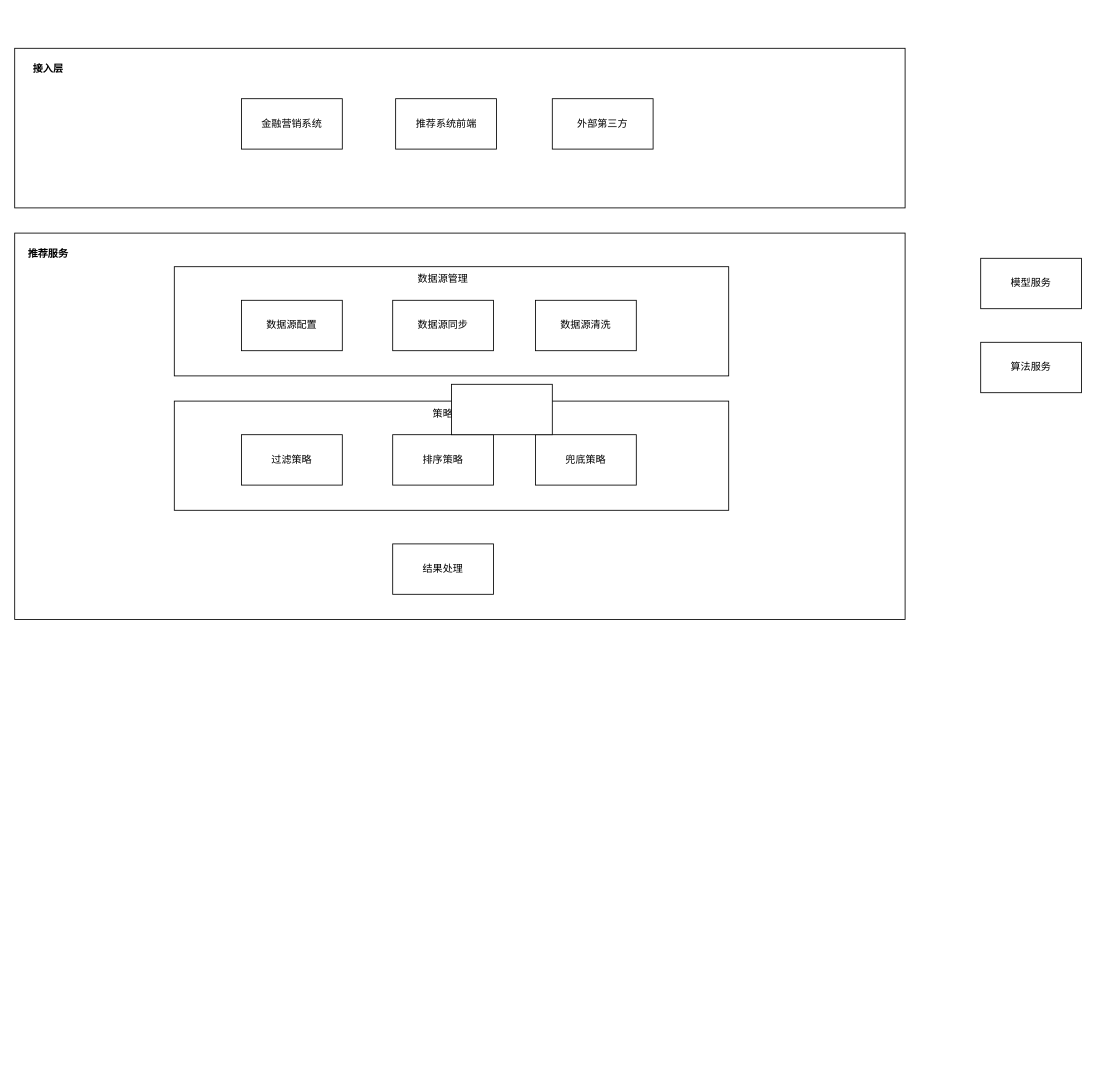
The draw.io diagram page "云部署系统架构" (1 of 8) of data_manager/data_manage.drawio in caijiatao/go-lib, before the edit. Source tidied: cells renumbered, new cells numbered last; positions are measured from the earlier drawing's top-left corner, leaving out a move shared by most shapes. Both pictures are drawn from the tidied source at 84%, with x=0, y=0 at pixel (14, 48).
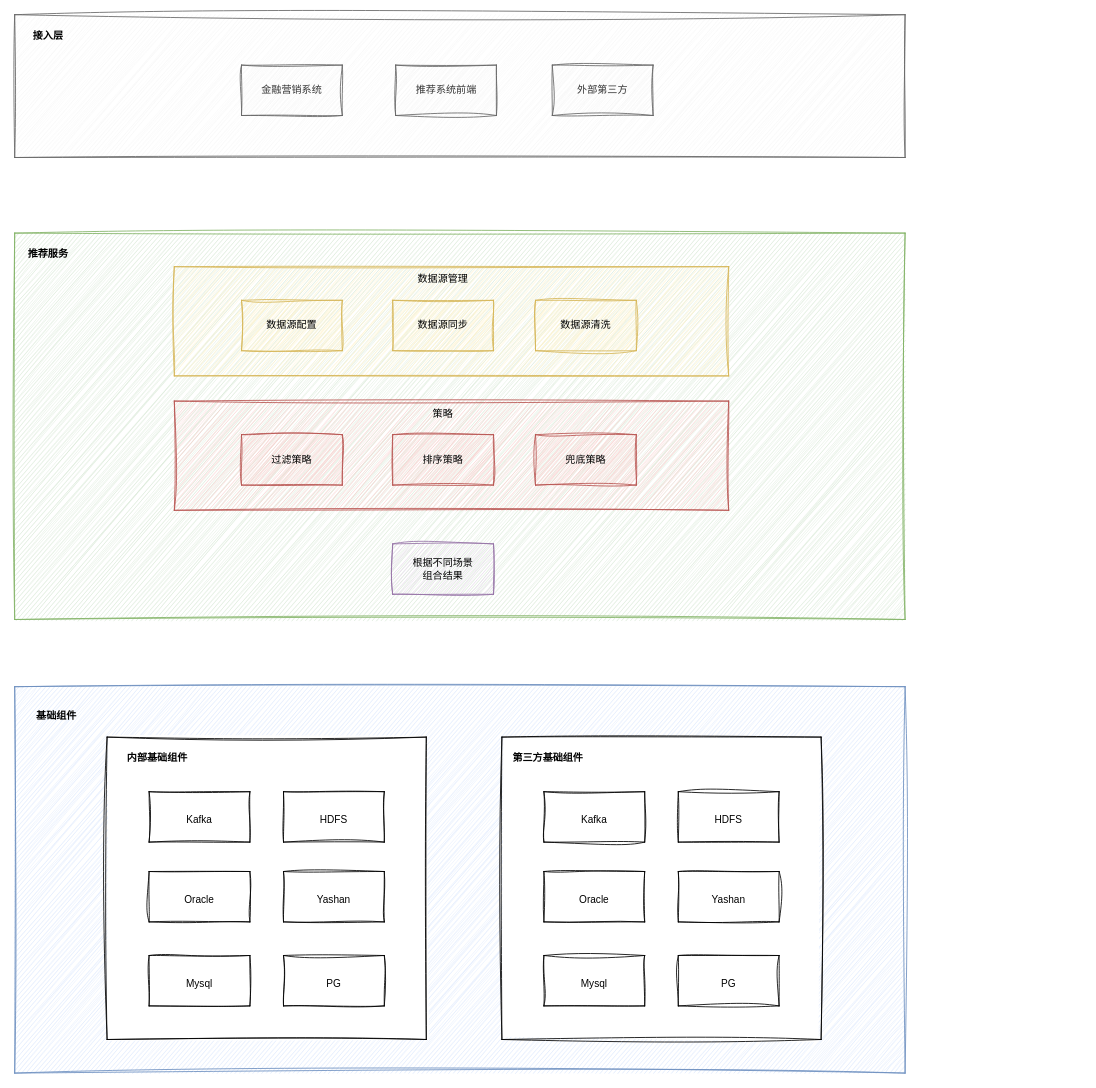
Above is the later version.

The edit, as a diff of the source:
```diff
@@
+    <mxCell id="23" style="rounded=0;whiteSpace=wrap;html=1;sketch=1;curveFitting=1;jiggle=2;fillColor=#dae8fc;strokeColor=#6c8ebf;" parent="1" vertex="1">
+      <mxGeometry y="760" width="1060" height="460" as="geometry" />
+    </mxCell>
-    <mxCell id="2" style="rounded=0;whiteSpace=wrap;html=1;" parent="1" vertex="1">
+    <mxCell id="2" style="rounded=0;whiteSpace=wrap;html=1;sketch=1;curveFitting=1;jiggle=2;fillColor=#d5e8d4;strokeColor=#82b366;" parent="1" vertex="1">
       <mxGeometry y="220" width="1060" height="460" as="geometry" />
     </mxCell>
-    <mxCell id="3" style="rounded=0;whiteSpace=wrap;html=1;" parent="1" vertex="1">
+    <mxCell id="3" style="rounded=0;whiteSpace=wrap;html=1;sketch=1;curveFitting=1;jiggle=2;fillColor=#f8cecc;strokeColor=#b85450;" parent="1" vertex="1">
       <mxGeometry x="190" y="420" width="660" height="130" as="geometry" />
     </mxCell>
-    <mxCell id="4" style="rounded=0;whiteSpace=wrap;html=1;" parent="1" vertex="1">
-      <mxGeometry width="1060" height="190" as="geometry" />
+    <mxCell id="4" style="rounded=0;whiteSpace=wrap;html=1;sketch=1;curveFitting=1;jiggle=2;fillColor=#f5f5f5;fontColor=#333333;strokeColor=#666666;" parent="1" vertex="1">
+      <mxGeometry y="-40" width="1060" height="170" as="geometry" />
     </mxCell>
-    <mxCell id="5" style="rounded=0;whiteSpace=wrap;html=1;" parent="1" vertex="1">
+    <mxCell id="5" style="rounded=0;whiteSpace=wrap;html=1;sketch=1;curveFitting=1;jiggle=2;fillColor=#fff2cc;strokeColor=#d6b656;" parent="1" vertex="1">
       <mxGeometry x="190" y="260" width="660" height="130" as="geometry" />
     </mxCell>
-    <mxCell id="6" value="数据源配置" style="rounded=0;whiteSpace=wrap;html=1;" parent="1" vertex="1">
+    <mxCell id="6" value="数据源配置" style="rounded=0;whiteSpace=wrap;html=1;sketch=1;curveFitting=1;jiggle=2;fillColor=#fff2cc;strokeColor=#d6b656;" parent="1" vertex="1">
       <mxGeometry x="270" y="300" width="120" height="60" as="geometry" />
     </mxCell>
-    <mxCell id="7" value="过滤策略" style="rounded=0;whiteSpace=wrap;html=1;" parent="1" vertex="1">
+    <mxCell id="7" value="过滤策略" style="rounded=0;whiteSpace=wrap;html=1;sketch=1;curveFitting=1;jiggle=2;fillColor=#f8cecc;strokeColor=#b85450;" parent="1" vertex="1">
       <mxGeometry x="270" y="460" width="120" height="60" as="geometry" />
     </mxCell>
-    <mxCell id="8" value="数据源同步" style="rounded=0;whiteSpace=wrap;html=1;" parent="1" vertex="1">
+    <mxCell id="8" value="数据源同步" style="rounded=0;whiteSpace=wrap;html=1;sketch=1;curveFitting=1;jiggle=2;fillColor=#fff2cc;strokeColor=#d6b656;" parent="1" vertex="1">
       <mxGeometry x="450" y="300" width="120" height="60" as="geometry" />
     </mxCell>
-    <mxCell id="9" value="数据源清洗" style="rounded=0;whiteSpace=wrap;html=1;" parent="1" vertex="1">
+    <mxCell id="9" value="数据源清洗" style="rounded=0;whiteSpace=wrap;html=1;sketch=1;curveFitting=1;jiggle=2;fillColor=#fff2cc;strokeColor=#d6b656;" parent="1" vertex="1">
       <mxGeometry x="620" y="300" width="120" height="60" as="geometry" />
     </mxCell>
-    <mxCell id="10" value="&lt;b&gt;接入层&lt;/b&gt;" style="text;html=1;strokeColor=none;fillColor=none;align=center;verticalAlign=middle;whiteSpace=wrap;rounded=0;" parent="1" vertex="1">
-      <mxGeometry x="10" y="10" width="60" height="30" as="geometry" />
+    <mxCell id="10" value="&lt;b&gt;接入层&lt;/b&gt;" style="text;html=1;align=center;verticalAlign=middle;whiteSpace=wrap;rounded=0;sketch=1;curveFitting=1;jiggle=2;" parent="1" vertex="1">
+      <mxGeometry x="10" y="-30" width="60" height="30" as="geometry" />
     </mxCell>
-    <mxCell id="11" value="金融营销系统" style="rounded=0;whiteSpace=wrap;html=1;" parent="1" vertex="1">
-      <mxGeometry x="270" y="60" width="120" height="60" as="geometry" />
+    <mxCell id="11" value="金融营销系统" style="rounded=0;whiteSpace=wrap;html=1;sketch=1;curveFitting=1;jiggle=2;fillColor=#f5f5f5;fontColor=#333333;strokeColor=#666666;" parent="1" vertex="1">
+      <mxGeometry x="270" y="20" width="120" height="60" as="geometry" />
     </mxCell>
-    <mxCell id="12" value="推荐系统前端" style="rounded=0;whiteSpace=wrap;html=1;" parent="1" vertex="1">
-      <mxGeometry x="453.5" y="60" width="120" height="60" as="geometry" />
+    <mxCell id="12" value="推荐系统前端" style="rounded=0;whiteSpace=wrap;html=1;sketch=1;curveFitting=1;jiggle=2;fillColor=#f5f5f5;fontColor=#333333;strokeColor=#666666;" parent="1" vertex="1">
+      <mxGeometry x="453.5" y="20" width="120" height="60" as="geometry" />
     </mxCell>
-    <mxCell id="13" value="外部第三方" style="rounded=0;whiteSpace=wrap;html=1;" parent="1" vertex="1">
-      <mxGeometry x="640" y="60" width="120" height="60" as="geometry" />
+    <mxCell id="13" value="外部第三方" style="rounded=0;whiteSpace=wrap;html=1;sketch=1;curveFitting=1;jiggle=2;fillColor=#f5f5f5;fontColor=#333333;strokeColor=#666666;" parent="1" vertex="1">
+      <mxGeometry x="640" y="20" width="120" height="60" as="geometry" />
     </mxCell>
-    <mxCell id="14" value="排序策略" style="rounded=0;whiteSpace=wrap;html=1;" parent="1" vertex="1">
+    <mxCell id="14" value="排序策略" style="rounded=0;whiteSpace=wrap;html=1;sketch=1;curveFitting=1;jiggle=2;fillColor=#f8cecc;strokeColor=#b85450;" parent="1" vertex="1">
       <mxGeometry x="450" y="460" width="120" height="60" as="geometry" />
     </mxCell>
-    <mxCell id="15" value="兜底策略" style="rounded=0;whiteSpace=wrap;html=1;" parent="1" vertex="1">
+    <mxCell id="15" value="兜底策略" style="rounded=0;whiteSpace=wrap;html=1;sketch=1;curveFitting=1;jiggle=2;fillColor=#f8cecc;strokeColor=#b85450;" parent="1" vertex="1">
       <mxGeometry x="620" y="460" width="120" height="60" as="geometry" />
     </mxCell>
-    <mxCell id="16" value="模型服务" style="rounded=0;whiteSpace=wrap;html=1;" parent="1" vertex="1">
-      <mxGeometry x="1150" y="250" width="120" height="60" as="geometry" />
-    </mxCell>
-    <mxCell id="17" value="算法服务" style="rounded=0;whiteSpace=wrap;html=1;" parent="1" vertex="1">
-      <mxGeometry x="1150" y="350" width="120" height="60" as="geometry" />
-    </mxCell>
-    <mxCell id="18" value="结果处理" style="rounded=0;whiteSpace=wrap;html=1;" parent="1" vertex="1">
+    <mxCell id="18" value="根据不同场景&lt;br&gt;组合结果" style="rounded=0;whiteSpace=wrap;html=1;sketch=1;curveFitting=1;jiggle=2;fillColor=#e1d5e7;strokeColor=#9673a6;" parent="1" vertex="1">
       <mxGeometry x="450" y="590" width="120" height="60" as="geometry" />
     </mxCell>
-    <mxCell id="19" value="数据源管理" style="text;html=1;strokeColor=none;fillColor=none;align=center;verticalAlign=middle;whiteSpace=wrap;rounded=0;" parent="1" vertex="1">
+    <mxCell id="19" value="数据源管理" style="text;html=1;strokeColor=none;fillColor=none;align=center;verticalAlign=middle;whiteSpace=wrap;rounded=0;sketch=1;curveFitting=1;jiggle=2;" parent="1" vertex="1">
       <mxGeometry x="465" y="260" width="90" height="30" as="geometry" />
     </mxCell>
-    <mxCell id="20" value="&lt;b&gt;推荐服务&lt;/b&gt;" style="text;html=1;strokeColor=none;fillColor=none;align=center;verticalAlign=middle;whiteSpace=wrap;rounded=0;" parent="1" vertex="1">
+    <mxCell id="20" value="&lt;b&gt;推荐服务&lt;/b&gt;" style="text;html=1;strokeColor=none;fillColor=none;align=center;verticalAlign=middle;whiteSpace=wrap;rounded=0;sketch=1;curveFitting=1;jiggle=2;" parent="1" vertex="1">
       <mxGeometry x="10" y="230" width="60" height="30" as="geometry" />
     </mxCell>
-    <mxCell id="21" value="策略" style="text;html=1;strokeColor=none;fillColor=none;align=center;verticalAlign=middle;whiteSpace=wrap;rounded=0;" parent="1" vertex="1">
+    <mxCell id="21" value="策略" style="text;html=1;strokeColor=none;fillColor=none;align=center;verticalAlign=middle;whiteSpace=wrap;rounded=0;sketch=1;curveFitting=1;jiggle=2;" parent="1" vertex="1">
       <mxGeometry x="465" y="420" width="90" height="30" as="geometry" />
     </mxCell>
-    <mxCell id="22" style="rounded=0;whiteSpace=wrap;html=1;" parent="1" vertex="1">
-      <mxGeometry x="520" y="400" width="120" height="60" as="geometry" />
-    </mxCell>
+    <mxCell id="24" style="rounded=0;whiteSpace=wrap;html=1;hachureGap=4;fontFamily=Architects Daughter;fontSize=20;sketch=1;curveFitting=1;jiggle=2;" parent="1" vertex="1">
+      <mxGeometry x="110" y="820" width="380" height="360" as="geometry" />
+    </mxCell>
+    <mxCell id="25" value="&lt;font style=&quot;font-size: 12px;&quot;&gt;Kafka&lt;/font&gt;" style="rounded=0;whiteSpace=wrap;html=1;hachureGap=4;fontFamily=Helvetica;fontSize=20;sketch=1;curveFitting=1;jiggle=2;" parent="24" vertex="1">
+      <mxGeometry x="50" y="65" width="120" height="60" as="geometry" />
+    </mxCell>
+    <mxCell id="26" value="&lt;span style=&quot;font-size: 12px;&quot;&gt;HDFS&lt;/span&gt;" style="rounded=0;whiteSpace=wrap;html=1;hachureGap=4;fontFamily=Helvetica;fontSize=20;sketch=1;curveFitting=1;jiggle=2;" parent="24" vertex="1">
+      <mxGeometry x="210" y="65" width="120" height="60" as="geometry" />
+    </mxCell>
+    <mxCell id="27" value="&lt;span style=&quot;font-size: 12px;&quot;&gt;Oracle&lt;/span&gt;" style="rounded=0;whiteSpace=wrap;html=1;hachureGap=4;fontFamily=Helvetica;fontSize=20;sketch=1;curveFitting=1;jiggle=2;" parent="24" vertex="1">
+      <mxGeometry x="50" y="160" width="120" height="60" as="geometry" />
+    </mxCell>
+    <mxCell id="28" value="&lt;font style=&quot;font-size: 12px;&quot;&gt;Mysql&lt;/font&gt;" style="rounded=0;whiteSpace=wrap;html=1;hachureGap=4;fontFamily=Helvetica;fontSize=20;sketch=1;curveFitting=1;jiggle=2;" parent="24" vertex="1">
+      <mxGeometry x="50" y="260" width="120" height="60" as="geometry" />
+    </mxCell>
+    <mxCell id="29" value="&lt;span style=&quot;font-size: 12px;&quot;&gt;PG&lt;/span&gt;" style="rounded=0;whiteSpace=wrap;html=1;hachureGap=4;fontFamily=Helvetica;fontSize=20;sketch=1;curveFitting=1;jiggle=2;" parent="24" vertex="1">
+      <mxGeometry x="210" y="260" width="120" height="60" as="geometry" />
+    </mxCell>
+    <mxCell id="30" value="&lt;span style=&quot;font-size: 12px;&quot;&gt;Yashan&lt;/span&gt;" style="rounded=0;whiteSpace=wrap;html=1;hachureGap=4;fontFamily=Helvetica;fontSize=20;sketch=1;curveFitting=1;jiggle=2;" parent="24" vertex="1">
+      <mxGeometry x="210" y="160" width="120" height="60" as="geometry" />
+    </mxCell>
+    <mxCell id="31" value="&lt;b&gt;内部基础组件&lt;/b&gt;" style="text;html=1;strokeColor=none;fillColor=none;align=center;verticalAlign=middle;whiteSpace=wrap;rounded=0;sketch=1;curveFitting=1;jiggle=2;" parent="24" vertex="1">
+      <mxGeometry x="10" y="10" width="100" height="30" as="geometry" />
+    </mxCell>
+    <mxCell id="32" style="rounded=0;whiteSpace=wrap;html=1;hachureGap=4;fontFamily=Architects Daughter;fontSize=20;sketch=1;curveFitting=1;jiggle=2;" parent="1" vertex="1">
+      <mxGeometry x="580" y="820" width="380" height="360" as="geometry" />
+    </mxCell>
+    <mxCell id="33" value="&lt;font style=&quot;font-size: 12px;&quot;&gt;Kafka&lt;/font&gt;" style="rounded=0;whiteSpace=wrap;html=1;hachureGap=4;fontFamily=Helvetica;fontSize=20;sketch=1;curveFitting=1;jiggle=2;" parent="32" vertex="1">
+      <mxGeometry x="50" y="65" width="120" height="60" as="geometry" />
+    </mxCell>
+    <mxCell id="34" value="&lt;span style=&quot;font-size: 12px;&quot;&gt;HDFS&lt;/span&gt;" style="rounded=0;whiteSpace=wrap;html=1;hachureGap=4;fontFamily=Helvetica;fontSize=20;sketch=1;curveFitting=1;jiggle=2;" parent="32" vertex="1">
+      <mxGeometry x="210" y="65" width="120" height="60" as="geometry" />
+    </mxCell>
+    <mxCell id="35" value="&lt;span style=&quot;font-size: 12px;&quot;&gt;Oracle&lt;/span&gt;" style="rounded=0;whiteSpace=wrap;html=1;hachureGap=4;fontFamily=Helvetica;fontSize=20;sketch=1;curveFitting=1;jiggle=2;" parent="32" vertex="1">
+      <mxGeometry x="50" y="160" width="120" height="60" as="geometry" />
+    </mxCell>
+    <mxCell id="36" value="&lt;font style=&quot;font-size: 12px;&quot;&gt;Mysql&lt;/font&gt;" style="rounded=0;whiteSpace=wrap;html=1;hachureGap=4;fontFamily=Helvetica;fontSize=20;sketch=1;curveFitting=1;jiggle=2;" parent="32" vertex="1">
+      <mxGeometry x="50" y="260" width="120" height="60" as="geometry" />
+    </mxCell>
+    <mxCell id="37" value="&lt;span style=&quot;font-size: 12px;&quot;&gt;PG&lt;/span&gt;" style="rounded=0;whiteSpace=wrap;html=1;hachureGap=4;fontFamily=Helvetica;fontSize=20;sketch=1;curveFitting=1;jiggle=2;" parent="32" vertex="1">
+      <mxGeometry x="210" y="260" width="120" height="60" as="geometry" />
+    </mxCell>
+    <mxCell id="38" value="&lt;span style=&quot;font-size: 12px;&quot;&gt;Yashan&lt;/span&gt;" style="rounded=0;whiteSpace=wrap;html=1;hachureGap=4;fontFamily=Helvetica;fontSize=20;sketch=1;curveFitting=1;jiggle=2;" parent="32" vertex="1">
+      <mxGeometry x="210" y="160" width="120" height="60" as="geometry" />
+    </mxCell>
+    <mxCell id="39" value="&lt;b&gt;第三方基础组件&lt;/b&gt;" style="text;html=1;strokeColor=none;fillColor=none;align=center;verticalAlign=middle;whiteSpace=wrap;rounded=0;sketch=1;curveFitting=1;jiggle=2;" parent="32" vertex="1">
+      <mxGeometry x="10" y="10" width="90" height="30" as="geometry" />
+    </mxCell>
+    <mxCell id="40" value="&lt;b&gt;基础组件&lt;/b&gt;" style="text;html=1;strokeColor=none;fillColor=none;align=center;verticalAlign=middle;whiteSpace=wrap;rounded=0;sketch=1;curveFitting=1;jiggle=2;" parent="1" vertex="1">
+      <mxGeometry x="20" y="780" width="60" height="30" as="geometry" />
+    </mxCell>
```
